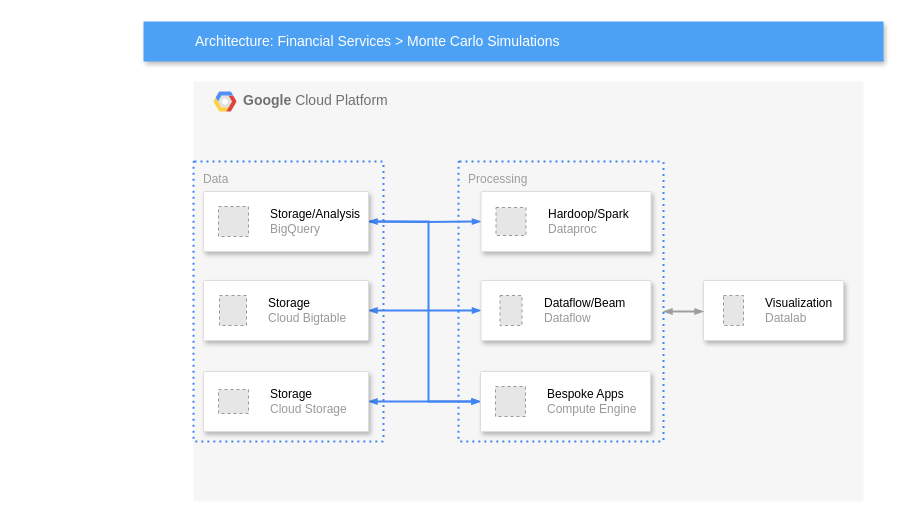
harshaldharme/ProjectSpaces keeps this draw.io diagram as PFP-Sample/Untitled Diagram.drawio. Above is the earlier version. Source tidied: cells renumbered, new cells numbered last; positions are measured from the earlier drawing's top-left corner, leaving out a move shared by most shapes. Both pictures are drawn from the tidied source at 100%, with x=0, y=0 at pixel (143, 21). Pictures stored in the file or linked from it are replaced by grey dashed boxes.
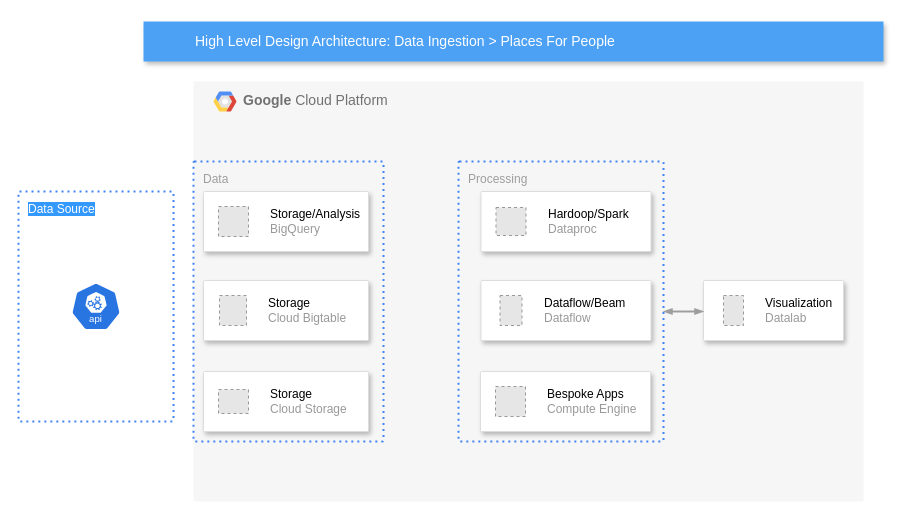
Above is the later version.

The change refers to these unchanged cells:
```xml
<mxCell id="14" style="strokeColor=#dddddd;shadow=1;strokeWidth=1;rounded=1;absoluteArcSize=1;arcSize=2;" parent="1" vertex="1">
  <mxGeometry x="60" y="170" width="165" height="60" as="geometry" />
</mxCell>
<mxCell id="16" style="strokeColor=#dddddd;shadow=1;strokeWidth=1;rounded=1;absoluteArcSize=1;arcSize=2;" parent="1" vertex="1">
  <mxGeometry x="60" y="259" width="165" height="60" as="geometry" />
</mxCell>
<mxCell id="18" style="strokeColor=#dddddd;shadow=1;strokeWidth=1;rounded=1;absoluteArcSize=1;arcSize=2;" parent="1" vertex="1">
  <mxGeometry x="60" y="350" width="165" height="60" as="geometry" />
</mxCell>
<mxCell id="20" style="strokeColor=#dddddd;shadow=1;strokeWidth=1;rounded=1;absoluteArcSize=1;arcSize=2;" parent="1" vertex="1">
  <mxGeometry x="337.5" y="170" width="170" height="60" as="geometry" />
</mxCell>
<mxCell id="22" style="strokeColor=#dddddd;shadow=1;strokeWidth=1;rounded=1;absoluteArcSize=1;arcSize=2;" parent="1" vertex="1">
  <mxGeometry x="337.5" y="259" width="170" height="60" as="geometry" />
</mxCell>
<mxCell id="24" style="strokeColor=#dddddd;shadow=1;strokeWidth=1;rounded=1;absoluteArcSize=1;arcSize=2;" parent="1" vertex="1">
  <mxGeometry x="337" y="350" width="170" height="60" as="geometry" />
</mxCell>
```

Change to the diagram source:
```diff
@@
-    <mxCell id="8" value="Architecture: Financial Services &amp;gt; Monte Carlo Simulations" style="fillColor=#4DA1F5;strokeColor=none;shadow=1;gradientColor=none;fontSize=14;align=left;spacingLeft=50;fontColor=#ffffff;html=1;" parent="1" vertex="1">
+    <mxCell id="8" value="High Level Design Architecture: Data Ingestion &amp;gt; Places For People" style="fillColor=#4DA1F5;strokeColor=none;shadow=1;gradientColor=none;fontSize=14;align=left;spacingLeft=50;fontColor=#ffffff;html=1;" parent="1" vertex="1">
       <mxGeometry width="740" height="40" as="geometry" />
     </mxCell>
-    <mxCell id="9" style="edgeStyle=orthogonalEdgeStyle;rounded=0;html=1;labelBackgroundColor=none;startFill=1;startSize=4;endArrow=blockThin;endFill=1;endSize=4;jettySize=auto;strokeColor=#4284F3;strokeWidth=2;fontSize=12;fontColor=#000000;align=center;dashed=0;startArrow=blockThin;" parent="1" edge="1" source="16" target="22">
-      <mxGeometry relative="1" as="geometry" />
-    </mxCell>
-    <mxCell id="10" style="edgeStyle=orthogonalEdgeStyle;rounded=0;html=1;labelBackgroundColor=none;startFill=1;startSize=4;endArrow=blockThin;endFill=1;endSize=4;jettySize=auto;strokeColor=#4284F3;strokeWidth=2;fontSize=12;fontColor=#000000;align=center;dashed=0;startArrow=blockThin;" parent="1" edge="1" source="18" target="24">
-      <mxGeometry relative="1" as="geometry" />
-    </mxCell>
@@
-    <mxCell id="12" style="edgeStyle=orthogonalEdgeStyle;rounded=0;html=1;labelBackgroundColor=none;startFill=1;startSize=4;endArrow=blockThin;endFill=1;endSize=4;jettySize=auto;strokeColor=#4284F3;strokeWidth=2;fontSize=12;fontColor=#000000;align=center;dashed=0;" parent="1" edge="1" target="20">
-      <mxGeometry relative="1" as="geometry">
-        <mxPoint x="225" y="200" as="sourcePoint" />
-      </mxGeometry>
-    </mxCell>
-    <mxCell id="13" style="edgeStyle=orthogonalEdgeStyle;rounded=0;html=1;labelBackgroundColor=none;startFill=1;startSize=4;endArrow=blockThin;endFill=1;endSize=4;jettySize=auto;strokeColor=#4284F3;strokeWidth=2;fontSize=12;fontColor=#000000;align=center;dashed=0;startArrow=blockThin;" parent="1" edge="1" source="14" target="24">
-      <mxGeometry relative="1" as="geometry">
-        <Array as="points">
-          <mxPoint x="285" y="200" />
-          <mxPoint x="285" y="380" />
-        </Array>
-      </mxGeometry>
-    </mxCell>
@@
+    <mxCell id="26" style="group;" parent="1" vertex="1">
+      <mxGeometry x="-125" y="170" width="155" height="230" as="geometry" />
+    </mxCell>
+    <mxCell id="27" value="&lt;font style=&quot;background-color: rgb(51, 153, 255);&quot; color=&quot;#ffffff&quot;&gt;Data Source&lt;/font&gt;" style="rounded=1;absoluteArcSize=1;arcSize=2;html=1;strokeColor=#4284F3;gradientColor=none;shadow=0;dashed=1;fontSize=12;fontColor=#9E9E9E;align=left;verticalAlign=top;spacing=10;spacingTop=-4;fillColor=none;dashPattern=1 2;strokeWidth=2;" parent="26" vertex="1">
+      <mxGeometry width="155" height="230" as="geometry" />
+    </mxCell>
+    <mxCell id="28" style="sketch=0;html=1;dashed=0;whitespace=wrap;verticalLabelPosition=bottom;verticalAlign=top;fillColor=#2875E2;strokeColor=#ffffff;shape=mxgraph.kubernetes.icon2;kubernetesLabel=1;prIcon=api;" parent="26" vertex="1">
+      <mxGeometry x="52.5" y="91" width="50" height="48" as="geometry" />
+    </mxCell>
```
